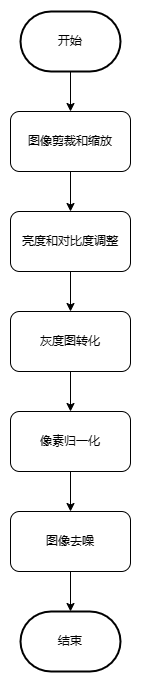
Before: OCR图像预处理.drawio.png, a diagram exported from draw.io (yuxibiwin/draw). Source tidied: cells renumbered, new cells last; positions are measured from the earlier drawing's top-left corner, leaving out a move shared by most shapes.
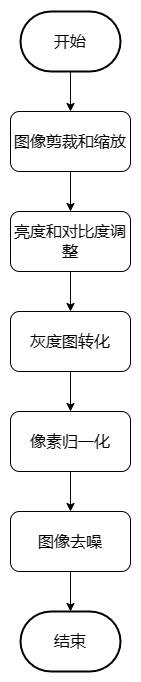
The same file after the commit.

Commit message:
已添加 OCR图像预处理.png

The edit, as a diff of the source:
```diff
@@ -2,43 +2,43 @@
   <root>
     <mxCell id="0" />
     <mxCell id="1" parent="0" />
-    <mxCell id="2" style="edgeStyle=orthogonalEdgeStyle;rounded=0;jettySize=auto;html=1;" parent="1" edge="1" source="3" target="6">
+    <mxCell id="2" style="edgeStyle=orthogonalEdgeStyle;rounded=0;jettySize=auto;html=1;fontSize=16;" parent="1" edge="1" source="3" target="6">
       <mxGeometry relative="1" as="geometry" />
     </mxCell>
-    <mxCell id="3" value="开始" style="strokeWidth=2;html=1;shape=mxgraph.flowchart.terminator;whiteSpace=wrap;" parent="1" vertex="1">
+    <mxCell id="3" value="开始" style="strokeWidth=2;html=1;shape=mxgraph.flowchart.terminator;whiteSpace=wrap;fontSize=16;" parent="1" vertex="1">
       <mxGeometry x="10" width="100" height="60" as="geometry" />
     </mxCell>
-    <mxCell id="4" value="结束" style="strokeWidth=2;html=1;shape=mxgraph.flowchart.terminator;whiteSpace=wrap;" parent="1" vertex="1">
+    <mxCell id="4" value="结束" style="strokeWidth=2;html=1;shape=mxgraph.flowchart.terminator;whiteSpace=wrap;fontSize=16;" parent="1" vertex="1">
       <mxGeometry x="10" y="600" width="100" height="60" as="geometry" />
     </mxCell>
-    <mxCell id="5" style="edgeStyle=orthogonalEdgeStyle;rounded=0;jettySize=auto;html=1;" parent="1" edge="1" source="6" target="8">
+    <mxCell id="5" style="edgeStyle=orthogonalEdgeStyle;rounded=0;jettySize=auto;html=1;fontSize=16;" parent="1" edge="1" source="6" target="8">
       <mxGeometry relative="1" as="geometry" />
     </mxCell>
-    <mxCell id="6" value="图像剪裁和缩放" style="rounded=1;whiteSpace=wrap;html=1;" parent="1" vertex="1">
+    <mxCell id="6" value="图像剪裁和缩放" style="rounded=1;whiteSpace=wrap;html=1;fontSize=16;" parent="1" vertex="1">
       <mxGeometry y="100" width="120" height="60" as="geometry" />
     </mxCell>
-    <mxCell id="7" style="edgeStyle=orthogonalEdgeStyle;rounded=0;jettySize=auto;html=1;" parent="1" edge="1" source="8" target="10">
+    <mxCell id="7" style="edgeStyle=orthogonalEdgeStyle;rounded=0;jettySize=auto;html=1;fontSize=16;" parent="1" edge="1" source="8" target="10">
       <mxGeometry relative="1" as="geometry" />
     </mxCell>
-    <mxCell id="8" value="亮度和对比度调整" style="rounded=1;whiteSpace=wrap;html=1;" parent="1" vertex="1">
+    <mxCell id="8" value="亮度和对比度调整" style="rounded=1;whiteSpace=wrap;html=1;fontSize=16;" parent="1" vertex="1">
       <mxGeometry y="200" width="120" height="60" as="geometry" />
     </mxCell>
-    <mxCell id="9" style="edgeStyle=orthogonalEdgeStyle;rounded=0;jettySize=auto;html=1;" parent="1" edge="1" source="10" target="12">
+    <mxCell id="9" style="edgeStyle=orthogonalEdgeStyle;rounded=0;jettySize=auto;html=1;fontSize=16;" parent="1" edge="1" source="10" target="12">
       <mxGeometry relative="1" as="geometry" />
     </mxCell>
-    <mxCell id="10" value="灰度图转化" style="rounded=1;whiteSpace=wrap;html=1;" parent="1" vertex="1">
+    <mxCell id="10" value="灰度图转化" style="rounded=1;whiteSpace=wrap;html=1;fontSize=16;" parent="1" vertex="1">
       <mxGeometry y="300" width="120" height="60" as="geometry" />
     </mxCell>
-    <mxCell id="11" style="edgeStyle=orthogonalEdgeStyle;rounded=0;jettySize=auto;html=1;" parent="1" edge="1" source="12" target="14">
+    <mxCell id="11" style="edgeStyle=orthogonalEdgeStyle;rounded=0;jettySize=auto;html=1;fontSize=16;" parent="1" edge="1" source="12" target="14">
       <mxGeometry relative="1" as="geometry" />
     </mxCell>
-    <mxCell id="12" value="像素归一化" style="rounded=1;whiteSpace=wrap;html=1;" parent="1" vertex="1">
+    <mxCell id="12" value="像素归一化" style="rounded=1;whiteSpace=wrap;html=1;fontSize=16;" parent="1" vertex="1">
       <mxGeometry y="400" width="120" height="60" as="geometry" />
     </mxCell>
-    <mxCell id="13" style="edgeStyle=orthogonalEdgeStyle;rounded=0;jettySize=auto;html=1;" parent="1" edge="1" source="14" target="4">
+    <mxCell id="13" style="edgeStyle=orthogonalEdgeStyle;rounded=0;jettySize=auto;html=1;fontSize=16;" parent="1" edge="1" source="14" target="4">
       <mxGeometry relative="1" as="geometry" />
     </mxCell>
-    <mxCell id="14" value="图像去噪" style="rounded=1;whiteSpace=wrap;html=1;" parent="1" vertex="1">
+    <mxCell id="14" value="图像去噪" style="rounded=1;whiteSpace=wrap;html=1;fontSize=16;" parent="1" vertex="1">
       <mxGeometry y="500" width="120" height="60" as="geometry" />
     </mxCell>
   </root>
```
